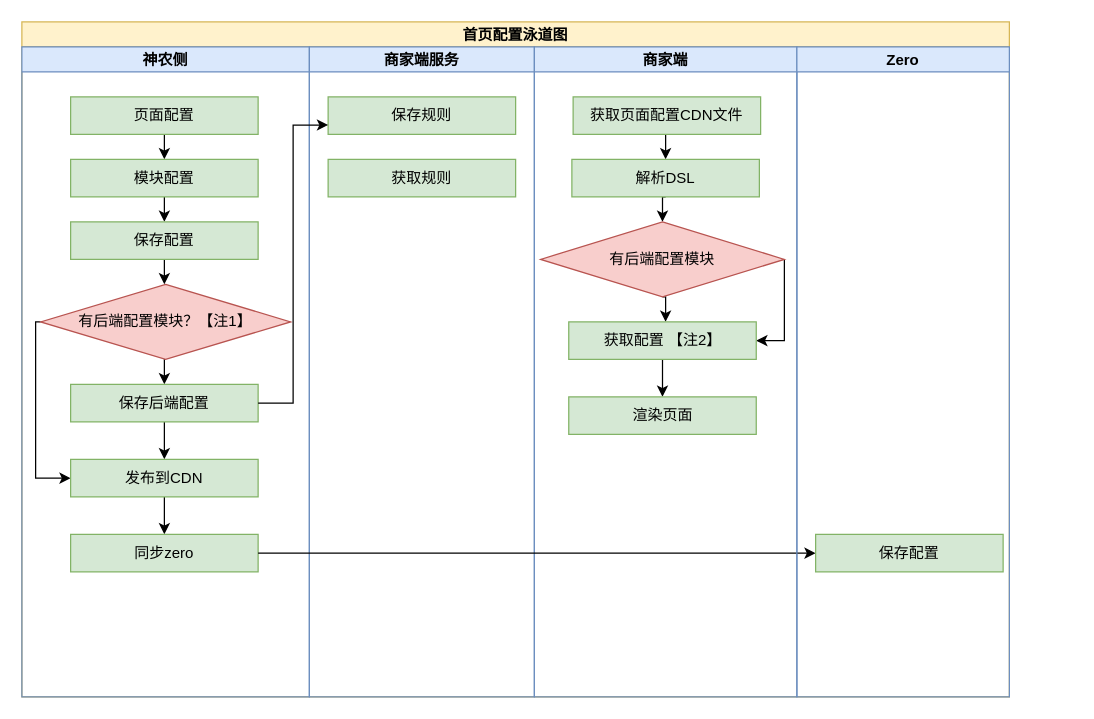
xiguatailangmaixigua/task1 keeps this draw.io diagram as task1/Untitled Diagram.drawio. Above is the earlier version. Source tidied: cells renumbered, new cells numbered last; positions are measured from the earlier drawing's top-left corner, leaving out a move shared by most shapes. Both pictures are drawn from the tidied source at 125%, with x=0, y=0 at pixel (21, 21).
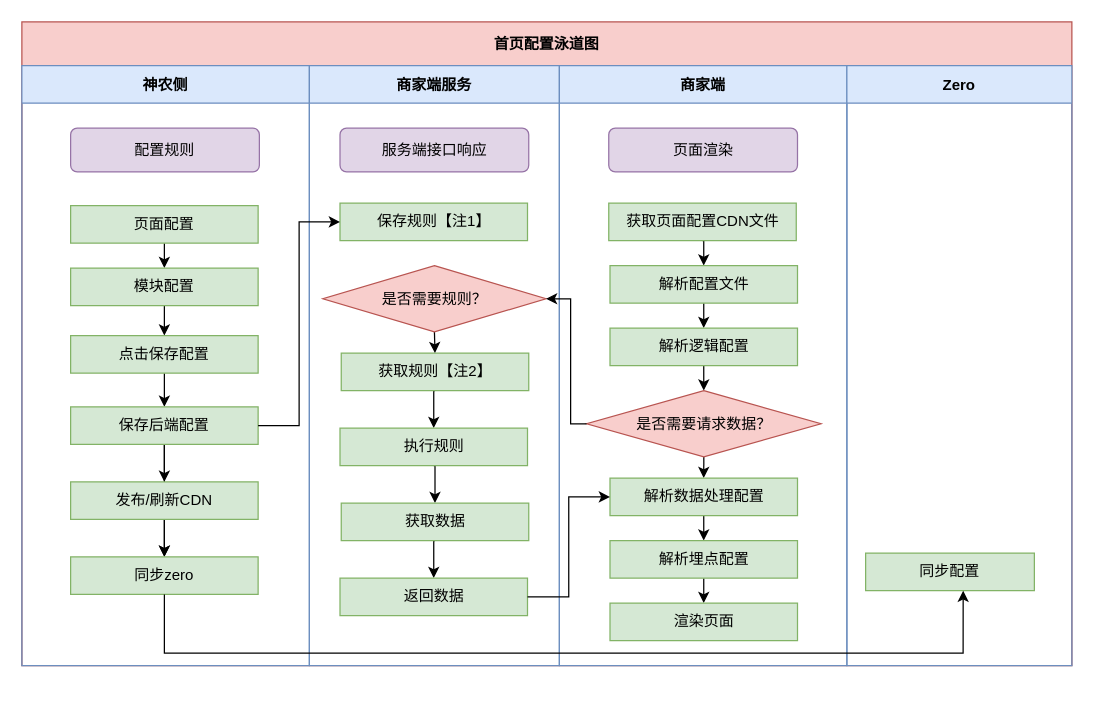
The same diagram, later.

Diff of the diagram source:
```diff
@@
-    <mxCell id="2" value="首页配置泳道图" style="swimlane;startSize=20;fillColor=#fff2cc;strokeColor=#d6b656;" parent="1" vertex="1">
-      <mxGeometry width="790" height="540" as="geometry" />
+    <mxCell id="2" value="首页配置泳道图" style="swimlane;startSize=35;fillColor=#f8cecc;strokeColor=#b85450;" parent="1" vertex="1">
+      <mxGeometry width="840" height="515" as="geometry" />
     </mxCell>
-    <mxCell id="3" value="神农侧" style="swimlane;startSize=20;fillColor=#dae8fc;strokeColor=#6c8ebf;" parent="2" vertex="1">
-      <mxGeometry y="20" width="230" height="520" as="geometry" />
+    <mxCell id="3" value="神农侧" style="swimlane;startSize=30;fillColor=#dae8fc;strokeColor=#6c8ebf;" parent="2" vertex="1">
+      <mxGeometry y="35" width="230" height="480" as="geometry" />
     </mxCell>
@@
     <mxCell id="5" value="页面配置" style="rounded=0;whiteSpace=wrap;html=1;fillColor=#d5e8d4;strokeColor=#82b366;" parent="3" vertex="1">
-      <mxGeometry x="39" y="40" width="150" height="30" as="geometry" />
+      <mxGeometry x="39" y="112" width="150" height="30" as="geometry" />
     </mxCell>
@@
     <mxCell id="7" value="模块配置" style="rounded=0;whiteSpace=wrap;html=1;fillColor=#d5e8d4;strokeColor=#82b366;" parent="3" vertex="1">
-      <mxGeometry x="39" y="90" width="150" height="30" as="geometry" />
+      <mxGeometry x="39" y="162" width="150" height="30" as="geometry" />
     </mxCell>
-    <mxCell id="8" style="edgeStyle=orthogonalEdgeStyle;rounded=0;jettySize=auto;html=1;exitX=0;exitY=0.5;exitDx=0;exitDy=0;entryX=0;entryY=0.5;entryDx=0;entryDy=0;" parent="3" edge="1" source="10" target="16">
-      <mxGeometry relative="1" as="geometry">
-        <Array as="points">
-          <mxPoint x="11" y="220" />
-          <mxPoint x="11" y="345" />
-        </Array>
-      </mxGeometry>
-    </mxCell>
-    <mxCell id="9" style="edgeStyle=orthogonalEdgeStyle;rounded=0;jettySize=auto;html=1;exitX=0.5;exitY=1;exitDx=0;exitDy=0;entryX=0.5;entryY=0;entryDx=0;entryDy=0;" parent="3" edge="1" source="10" target="14">
-      <mxGeometry relative="1" as="geometry" />
-    </mxCell>
-    <mxCell id="10" value="有后端配置模块？【注1】" style="rhombus;whiteSpace=wrap;html=1;fillColor=#f8cecc;strokeColor=#b85450;" parent="3" vertex="1">
-      <mxGeometry x="15" y="190" width="200" height="60" as="geometry" />
-    </mxCell>
-    <mxCell id="11" style="edgeStyle=orthogonalEdgeStyle;rounded=0;jettySize=auto;html=1;exitX=0.5;exitY=1;exitDx=0;exitDy=0;entryX=0.5;entryY=0;entryDx=0;entryDy=0;" parent="3" edge="1" source="12">
-      <mxGeometry relative="1" as="geometry">
-        <mxPoint x="114" y="190" as="targetPoint" />
-      </mxGeometry>
-    </mxCell>
+    <mxCell id="36" style="edgeStyle=orthogonalEdgeStyle;rounded=0;jettySize=auto;html=1;exitX=0.5;exitY=1;exitDx=0;exitDy=0;entryX=0.5;entryY=0;entryDx=0;entryDy=0;" parent="3" edge="1" source="12" target="14">
+      <mxGeometry relative="1" as="geometry" />
+    </mxCell>
-    <mxCell id="12" value="保存配置" style="rounded=0;whiteSpace=wrap;html=1;fillColor=#d5e8d4;strokeColor=#82b366;" parent="3" vertex="1">
-      <mxGeometry x="39" y="140" width="150" height="30" as="geometry" />
+    <mxCell id="12" value="点击保存配置" style="rounded=0;whiteSpace=wrap;html=1;fillColor=#d5e8d4;strokeColor=#82b366;" parent="3" vertex="1">
+      <mxGeometry x="39" y="216" width="150" height="30" as="geometry" />
     </mxCell>
@@
+    <mxCell id="37" style="edgeStyle=orthogonalEdgeStyle;rounded=0;jettySize=auto;html=1;" parent="3" edge="1" source="14" target="17">
+      <mxGeometry relative="1" as="geometry" />
+    </mxCell>
     <mxCell id="14" value="保存后端配置" style="rounded=0;whiteSpace=wrap;html=1;fillColor=#d5e8d4;strokeColor=#82b366;" parent="3" vertex="1">
-      <mxGeometry x="39" y="270" width="150" height="30" as="geometry" />
+      <mxGeometry x="39" y="273" width="150" height="30" as="geometry" />
     </mxCell>
@@
-    <mxCell id="16" value="发布到CDN" style="rounded=0;whiteSpace=wrap;html=1;fillColor=#d5e8d4;strokeColor=#82b366;" parent="3" vertex="1">
-      <mxGeometry x="39" y="330" width="150" height="30" as="geometry" />
+    <mxCell id="16" value="发布/刷新CDN" style="rounded=0;whiteSpace=wrap;html=1;fillColor=#d5e8d4;strokeColor=#82b366;" parent="3" vertex="1">
+      <mxGeometry x="39" y="333" width="150" height="30" as="geometry" />
     </mxCell>
     <mxCell id="17" value="同步zero" style="rounded=0;whiteSpace=wrap;html=1;fillColor=#d5e8d4;strokeColor=#82b366;" parent="3" vertex="1">
-      <mxGeometry x="39" y="390" width="150" height="30" as="geometry" />
+      <mxGeometry x="39" y="393" width="150" height="30" as="geometry" />
     </mxCell>
+    <mxCell id="38" value="配置规则" style="rounded=1;whiteSpace=wrap;html=1;fillColor=#e1d5e7;strokeColor=#9673a6;" parent="3" vertex="1">
+      <mxGeometry x="39" y="50" width="151" height="35" as="geometry" />
+    </mxCell>
-    <mxCell id="18" value="商家端服务" style="swimlane;startSize=20;fillColor=#dae8fc;strokeColor=#6c8ebf;" parent="2" vertex="1">
-      <mxGeometry x="230" y="20" width="180" height="520" as="geometry" />
+    <mxCell id="18" value="商家端服务" style="swimlane;startSize=30;fillColor=#dae8fc;strokeColor=#6c8ebf;" parent="2" vertex="1">
+      <mxGeometry x="230" y="35" width="200" height="480" as="geometry" />
     </mxCell>
-    <mxCell id="19" value="保存规则" style="rounded=0;whiteSpace=wrap;html=1;fillColor=#d5e8d4;strokeColor=#82b366;" parent="18" vertex="1">
-      <mxGeometry x="15" y="40" width="150" height="30" as="geometry" />
+    <mxCell id="19" value="保存规则【注1】" style="rounded=0;whiteSpace=wrap;html=1;fillColor=#d5e8d4;strokeColor=#82b366;" parent="18" vertex="1">
+      <mxGeometry x="24.5" y="110" width="150" height="30" as="geometry" />
     </mxCell>
+    <mxCell id="39" style="edgeStyle=orthogonalEdgeStyle;rounded=0;jettySize=auto;html=1;exitX=0.5;exitY=1;exitDx=0;exitDy=0;entryX=0.5;entryY=0;entryDx=0;entryDy=0;" parent="18" edge="1" source="20" target="44">
+      <mxGeometry relative="1" as="geometry" />
+    </mxCell>
-    <mxCell id="20" value="获取规则" style="rounded=0;whiteSpace=wrap;html=1;fillColor=#d5e8d4;strokeColor=#82b366;" parent="18" vertex="1">
-      <mxGeometry x="15" y="90" width="150" height="30" as="geometry" />
+    <mxCell id="20" value="获取规则【注2】" style="rounded=0;whiteSpace=wrap;html=1;fillColor=#d5e8d4;strokeColor=#82b366;" parent="18" vertex="1">
+      <mxGeometry x="25.5" y="230" width="150" height="30" as="geometry" />
     </mxCell>
+    <mxCell id="40" value="服务端接口响应" style="rounded=1;whiteSpace=wrap;html=1;fillColor=#e1d5e7;strokeColor=#9673a6;" parent="18" vertex="1">
+      <mxGeometry x="24.5" y="50" width="151" height="35" as="geometry" />
+    </mxCell>
+    <mxCell id="41" style="edgeStyle=orthogonalEdgeStyle;rounded=0;jettySize=auto;html=1;exitX=0.5;exitY=1;exitDx=0;exitDy=0;entryX=0.5;entryY=0;entryDx=0;entryDy=0;" parent="18" edge="1" source="42" target="20">
+      <mxGeometry relative="1" as="geometry" />
+    </mxCell>
+    <mxCell id="42" value="是否需要规则？" style="rhombus;whiteSpace=wrap;html=1;fillColor=#f8cecc;strokeColor=#b85450;" parent="18" vertex="1">
+      <mxGeometry x="10.8" y="160" width="178.5" height="53" as="geometry" />
+    </mxCell>
+    <mxCell id="43" style="edgeStyle=orthogonalEdgeStyle;rounded=0;jettySize=auto;html=1;exitX=0.5;exitY=1;exitDx=0;exitDy=0;entryX=0.5;entryY=0;entryDx=0;entryDy=0;" parent="18" edge="1" source="44" target="46">
+      <mxGeometry relative="1" as="geometry" />
+    </mxCell>
+    <mxCell id="44" value="执行规则" style="rounded=0;whiteSpace=wrap;html=1;fillColor=#d5e8d4;strokeColor=#82b366;" parent="18" vertex="1">
+      <mxGeometry x="24.5" y="290" width="150" height="30" as="geometry" />
+    </mxCell>
+    <mxCell id="45" style="edgeStyle=orthogonalEdgeStyle;rounded=0;jettySize=auto;html=1;exitX=0.5;exitY=1;exitDx=0;exitDy=0;entryX=0.5;entryY=0;entryDx=0;entryDy=0;" parent="18" edge="1" source="46" target="47">
+      <mxGeometry relative="1" as="geometry" />
+    </mxCell>
+    <mxCell id="46" value="获取数据" style="rounded=0;whiteSpace=wrap;html=1;fillColor=#d5e8d4;strokeColor=#82b366;" parent="18" vertex="1">
+      <mxGeometry x="25.5" y="350" width="150" height="30" as="geometry" />
+    </mxCell>
+    <mxCell id="47" value="返回数据" style="rounded=0;whiteSpace=wrap;html=1;fillColor=#d5e8d4;strokeColor=#82b366;" parent="18" vertex="1">
+      <mxGeometry x="24.5" y="410" width="150" height="30" as="geometry" />
+    </mxCell>
-    <mxCell id="21" value="商家端" style="swimlane;startSize=20;fillColor=#dae8fc;strokeColor=#6c8ebf;" parent="2" vertex="1">
-      <mxGeometry x="410" y="20" width="210" height="520" as="geometry" />
+    <mxCell id="21" value="商家端" style="swimlane;startSize=30;fillColor=#dae8fc;strokeColor=#6c8ebf;" parent="2" vertex="1">
+      <mxGeometry x="430" y="35" width="230" height="480" as="geometry" />
     </mxCell>
@@
     <mxCell id="23" value="获取页面配置CDN文件" style="rounded=0;whiteSpace=wrap;html=1;fillColor=#d5e8d4;strokeColor=#82b366;" parent="21" vertex="1">
-      <mxGeometry x="31" y="40" width="150" height="30" as="geometry" />
+      <mxGeometry x="39.5" y="110" width="150" height="30" as="geometry" />
     </mxCell>
-    <mxCell id="24" style="edgeStyle=orthogonalEdgeStyle;rounded=0;jettySize=auto;html=1;exitX=0.5;exitY=1;exitDx=0;exitDy=0;entryX=0.5;entryY=0;entryDx=0;entryDy=0;" parent="21" edge="1" source="25" target="28">
-      <mxGeometry relative="1" as="geometry" />
-    </mxCell>
+    <mxCell id="48" style="edgeStyle=orthogonalEdgeStyle;rounded=0;jettySize=auto;html=1;exitX=0.5;exitY=1;exitDx=0;exitDy=0;entryX=0.5;entryY=0;entryDx=0;entryDy=0;" parent="21" edge="1" source="25" target="30">
+      <mxGeometry relative="1" as="geometry" />
+    </mxCell>
-    <mxCell id="25" value="解析DSL" style="rounded=0;whiteSpace=wrap;html=1;fillColor=#d5e8d4;strokeColor=#82b366;" parent="21" vertex="1">
-      <mxGeometry x="30" y="90" width="150" height="30" as="geometry" />
+    <mxCell id="25" value="解析配置文件" style="rounded=0;whiteSpace=wrap;html=1;fillColor=#d5e8d4;strokeColor=#82b366;" parent="21" vertex="1">
+      <mxGeometry x="40.5" y="160" width="150" height="30" as="geometry" />
     </mxCell>
-    <mxCell id="26" style="edgeStyle=orthogonalEdgeStyle;rounded=0;jettySize=auto;html=1;exitX=0.5;exitY=1;exitDx=0;exitDy=0;entryX=0.5;entryY=0;entryDx=0;entryDy=0;" parent="21" edge="1" source="28">
-      <mxGeometry relative="1" as="geometry">
-        <mxPoint x="105" y="220" as="targetPoint" />
-      </mxGeometry>
-    </mxCell>
-    <mxCell id="27" style="edgeStyle=orthogonalEdgeStyle;rounded=0;jettySize=auto;html=1;exitX=1;exitY=0.5;exitDx=0;exitDy=0;entryX=1;entryY=0.5;entryDx=0;entryDy=0;" parent="21" edge="1" source="28" target="30">
-      <mxGeometry relative="1" as="geometry">
-        <Array as="points">
-          <mxPoint x="200" y="235" />
-        </Array>
-      </mxGeometry>
-    </mxCell>
-    <mxCell id="28" value="有后端配置模块" style="rhombus;whiteSpace=wrap;html=1;fillColor=#f8cecc;strokeColor=#b85450;" parent="21" vertex="1">
-      <mxGeometry x="5" y="140" width="195" height="60" as="geometry" />
-    </mxCell>
-    <mxCell id="29" style="edgeStyle=orthogonalEdgeStyle;rounded=0;jettySize=auto;html=1;exitX=0.5;exitY=1;exitDx=0;exitDy=0;entryX=0.5;entryY=0;entryDx=0;entryDy=0;" parent="21" edge="1" source="30" target="31">
-      <mxGeometry relative="1" as="geometry" />
-    </mxCell>
+    <mxCell id="49" style="edgeStyle=orthogonalEdgeStyle;rounded=0;jettySize=auto;html=1;exitX=0.5;exitY=1;exitDx=0;exitDy=0;entryX=0.5;entryY=0;entryDx=0;entryDy=0;" parent="21" edge="1" source="30" target="52">
+      <mxGeometry relative="1" as="geometry" />
+    </mxCell>
-    <mxCell id="30" value="获取配置 【注2】" style="rounded=0;whiteSpace=wrap;html=1;fillColor=#d5e8d4;strokeColor=#82b366;" parent="21" vertex="1">
-      <mxGeometry x="27.5" y="220" width="150" height="30" as="geometry" />
+    <mxCell id="30" value="解析逻辑配置" style="rounded=0;whiteSpace=wrap;html=1;fillColor=#d5e8d4;strokeColor=#82b366;" parent="21" vertex="1">
+      <mxGeometry x="40.5" y="210" width="150" height="30" as="geometry" />
     </mxCell>
+    <mxCell id="50" value="页面渲染" style="rounded=1;whiteSpace=wrap;html=1;fillColor=#e1d5e7;strokeColor=#9673a6;" parent="21" vertex="1">
+      <mxGeometry x="39.5" y="50" width="151" height="35" as="geometry" />
+    </mxCell>
+    <mxCell id="51" style="edgeStyle=orthogonalEdgeStyle;rounded=0;jettySize=auto;html=1;exitX=0.5;exitY=1;exitDx=0;exitDy=0;entryX=0.5;entryY=0;entryDx=0;entryDy=0;" parent="21" edge="1" source="52" target="54">
+      <mxGeometry relative="1" as="geometry" />
+    </mxCell>
+    <mxCell id="52" value="是否需要请求数据？" style="rhombus;whiteSpace=wrap;html=1;fillColor=#f8cecc;strokeColor=#b85450;" parent="21" vertex="1">
+      <mxGeometry x="21.8" y="260" width="187.5" height="53" as="geometry" />
+    </mxCell>
+    <mxCell id="53" style="edgeStyle=orthogonalEdgeStyle;rounded=0;jettySize=auto;html=1;exitX=0.5;exitY=1;exitDx=0;exitDy=0;entryX=0.5;entryY=0;entryDx=0;entryDy=0;" parent="21" edge="1" source="54" target="56">
+      <mxGeometry relative="1" as="geometry" />
+    </mxCell>
+    <mxCell id="54" value="解析数据处理配置" style="rounded=0;whiteSpace=wrap;html=1;fillColor=#d5e8d4;strokeColor=#82b366;" parent="21" vertex="1">
+      <mxGeometry x="40.5" y="330" width="150" height="30" as="geometry" />
+    </mxCell>
+    <mxCell id="55" style="edgeStyle=orthogonalEdgeStyle;rounded=0;jettySize=auto;html=1;exitX=0.5;exitY=1;exitDx=0;exitDy=0;entryX=0.5;entryY=0;entryDx=0;entryDy=0;" parent="21" edge="1" source="56" target="31">
+      <mxGeometry relative="1" as="geometry" />
+    </mxCell>
+    <mxCell id="56" value="解析埋点配置" style="rounded=0;whiteSpace=wrap;html=1;fillColor=#d5e8d4;strokeColor=#82b366;" parent="21" vertex="1">
+      <mxGeometry x="40.5" y="380" width="150" height="30" as="geometry" />
+    </mxCell>
     <mxCell id="31" value="渲染页面" style="rounded=0;whiteSpace=wrap;html=1;fillColor=#d5e8d4;strokeColor=#82b366;" parent="21" vertex="1">
-      <mxGeometry x="27.5" y="280" width="150" height="30" as="geometry" />
+      <mxGeometry x="40.5" y="430" width="150" height="30" as="geometry" />
     </mxCell>
-    <mxCell id="32" style="edgeStyle=orthogonalEdgeStyle;rounded=0;jettySize=auto;html=1;exitX=1;exitY=0.5;exitDx=0;exitDy=0;entryX=0;entryY=0.75;entryDx=0;entryDy=0;" parent="2" edge="1" source="14" target="19">
-      <mxGeometry relative="1" as="geometry" />
-    </mxCell>
-    <mxCell id="33" style="edgeStyle=orthogonalEdgeStyle;rounded=0;jettySize=auto;html=1;exitX=1;exitY=0.5;exitDx=0;exitDy=0;entryX=0;entryY=0.5;entryDx=0;entryDy=0;" parent="2" edge="1" source="17" target="35">
-      <mxGeometry relative="1" as="geometry" />
-    </mxCell>
-    <mxCell id="34" value="Zero" style="swimlane;startSize=20;fillColor=#dae8fc;strokeColor=#6c8ebf;" parent="2" vertex="1">
-      <mxGeometry x="620" y="20" width="170" height="520" as="geometry" />
+    <mxCell id="34" value="Zero" style="swimlane;startSize=30;fillColor=#dae8fc;strokeColor=#6c8ebf;" parent="2" vertex="1">
+      <mxGeometry x="660" y="35" width="180" height="480" as="geometry" />
     </mxCell>
-    <mxCell id="35" value="保存配置" style="rounded=0;whiteSpace=wrap;html=1;fillColor=#d5e8d4;strokeColor=#82b366;" parent="34" vertex="1">
-      <mxGeometry x="15" y="390" width="150" height="30" as="geometry" />
+    <mxCell id="35" value="同步配置" style="rounded=0;whiteSpace=wrap;html=1;fillColor=#d5e8d4;strokeColor=#82b366;" parent="34" vertex="1">
+      <mxGeometry x="15" y="390" width="135" height="30" as="geometry" />
     </mxCell>
+    <mxCell id="32" style="edgeStyle=orthogonalEdgeStyle;rounded=0;jettySize=auto;html=1;exitX=1;exitY=0.5;exitDx=0;exitDy=0;entryX=0;entryY=0.5;entryDx=0;entryDy=0;" parent="2" edge="1" source="14" target="19">
+      <mxGeometry relative="1" as="geometry" />
+    </mxCell>
+    <mxCell id="57" style="edgeStyle=orthogonalEdgeStyle;rounded=0;jettySize=auto;html=1;exitX=1;exitY=0.5;exitDx=0;exitDy=0;entryX=0;entryY=0.5;entryDx=0;entryDy=0;" parent="2" edge="1" source="47" target="54">
+      <mxGeometry relative="1" as="geometry" />
+    </mxCell>
+    <mxCell id="58" style="edgeStyle=orthogonalEdgeStyle;rounded=0;jettySize=auto;html=1;exitX=0;exitY=0.5;exitDx=0;exitDy=0;entryX=1;entryY=0.5;entryDx=0;entryDy=0;" parent="2" edge="1" source="52" target="42">
+      <mxGeometry relative="1" as="geometry">
+        <Array as="points">
+          <mxPoint x="439" y="322" />
+          <mxPoint x="439" y="222" />
+        </Array>
+      </mxGeometry>
+    </mxCell>
+    <mxCell id="33" style="edgeStyle=orthogonalEdgeStyle;rounded=0;jettySize=auto;html=1;exitX=0.5;exitY=1;exitDx=0;exitDy=0;entryX=0.578;entryY=1;entryDx=0;entryDy=0;entryPerimeter=0;" parent="2" edge="1" source="17" target="35">
+      <mxGeometry relative="1" as="geometry">
+        <Array as="points">
+          <mxPoint x="114" y="505" />
+          <mxPoint x="753" y="505" />
+        </Array>
+      </mxGeometry>
+    </mxCell>
```
